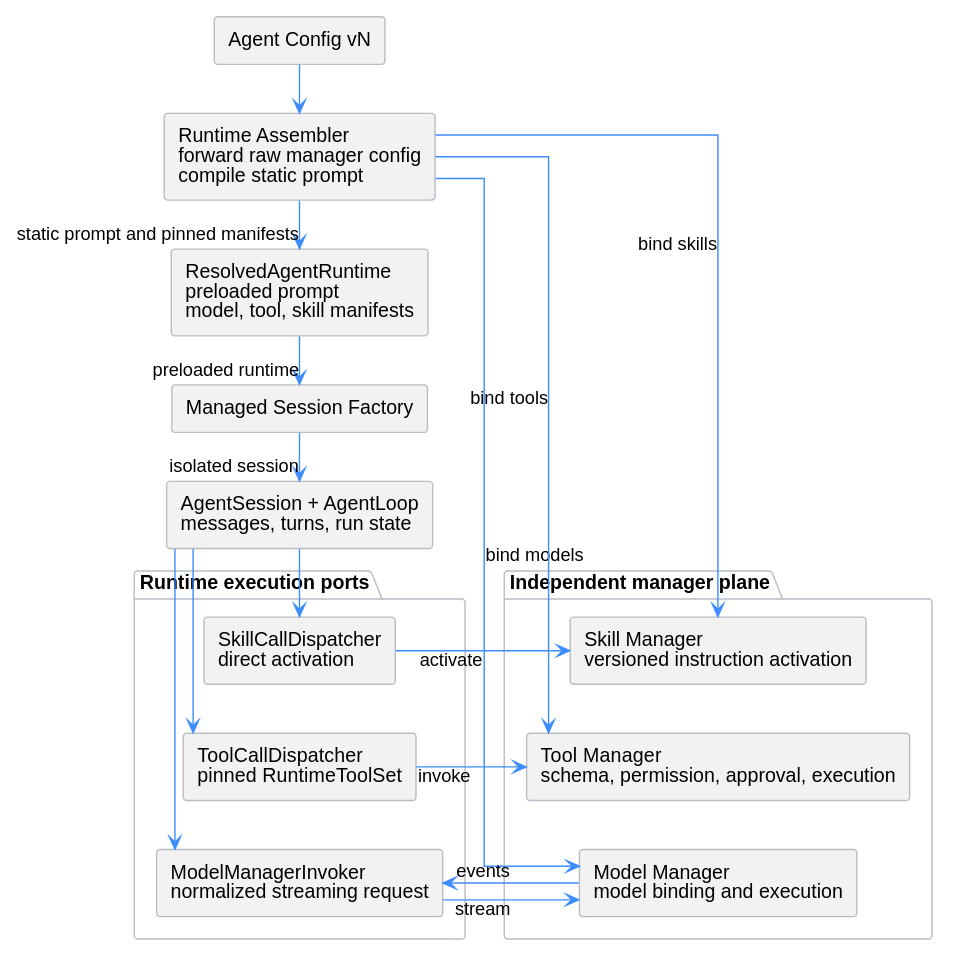
The PlantUML diagram managed-agent-session/external_tool_manager_architecture.svg in superheromeZzh/pi-mono-java-design, before a commit.
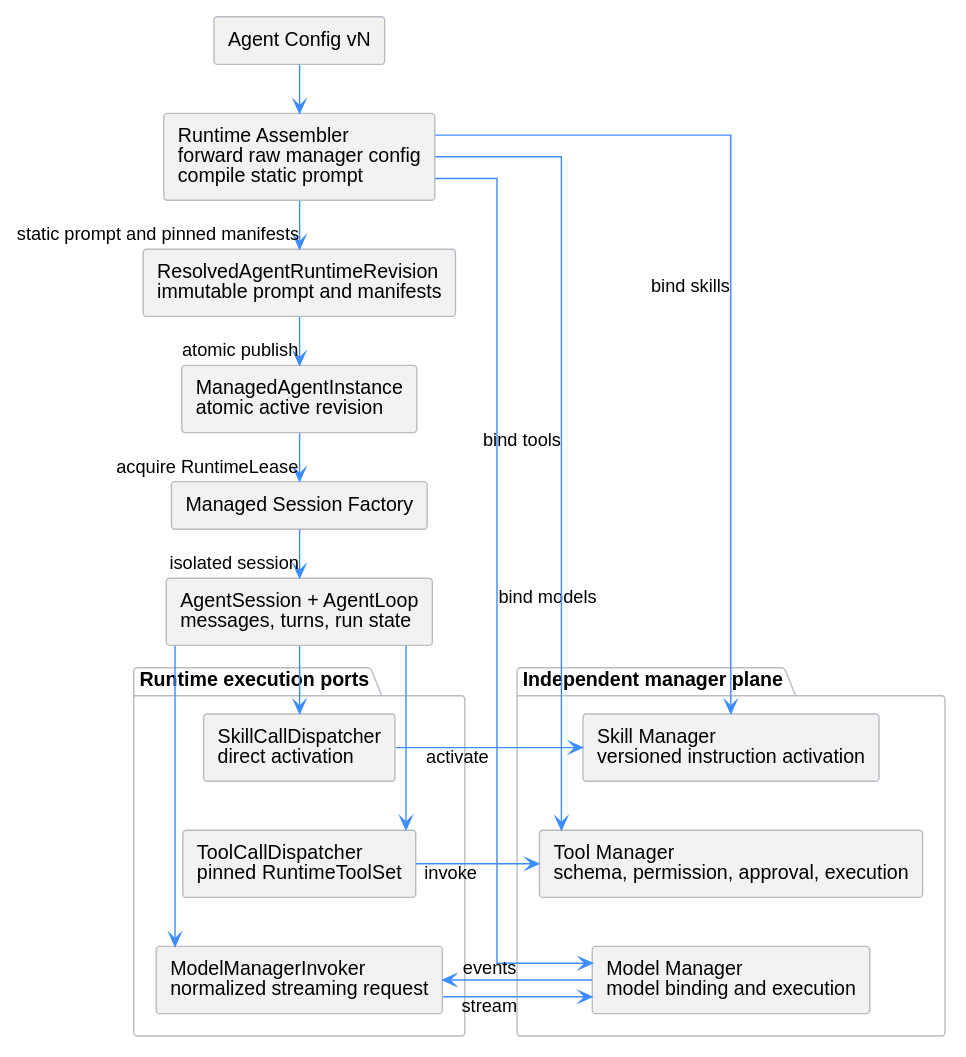
The same diagram one commit later.

Commit message:
docs(agent): define managed runtime revisions

The edit, as a diff of the source:
```diff
@@ -13,7 +13,8 @@
 
 rectangle "Agent Config vN" as Config
 rectangle "Runtime Assembler\nforward raw manager config\ncompile static prompt" as Assembler
-rectangle "ResolvedAgentRuntime\npreloaded prompt\nmodel, tool, skill manifests" as Runtime
+rectangle "ResolvedAgentRuntimeRevision\nimmutable prompt and manifests" as Revision
+rectangle "ManagedAgentInstance\natomic active revision" as Instance
 rectangle "Managed Session Factory" as Factory
 rectangle "AgentSession + AgentLoop\nmessages, turns, run state" as Loop
 
@@ -30,8 +31,9 @@
 }
 
 Config -right-> Assembler
-Assembler -right-> Runtime: static prompt and pinned manifests
-Runtime -right-> Factory: preloaded runtime
+Assembler -right-> Revision: static prompt and pinned manifests
+Revision -right-> Instance: atomic publish
+Instance -right-> Factory: acquire RuntimeLease
 Factory -right-> Loop: isolated session
 
 Assembler --> ModelManager: bind models
```
